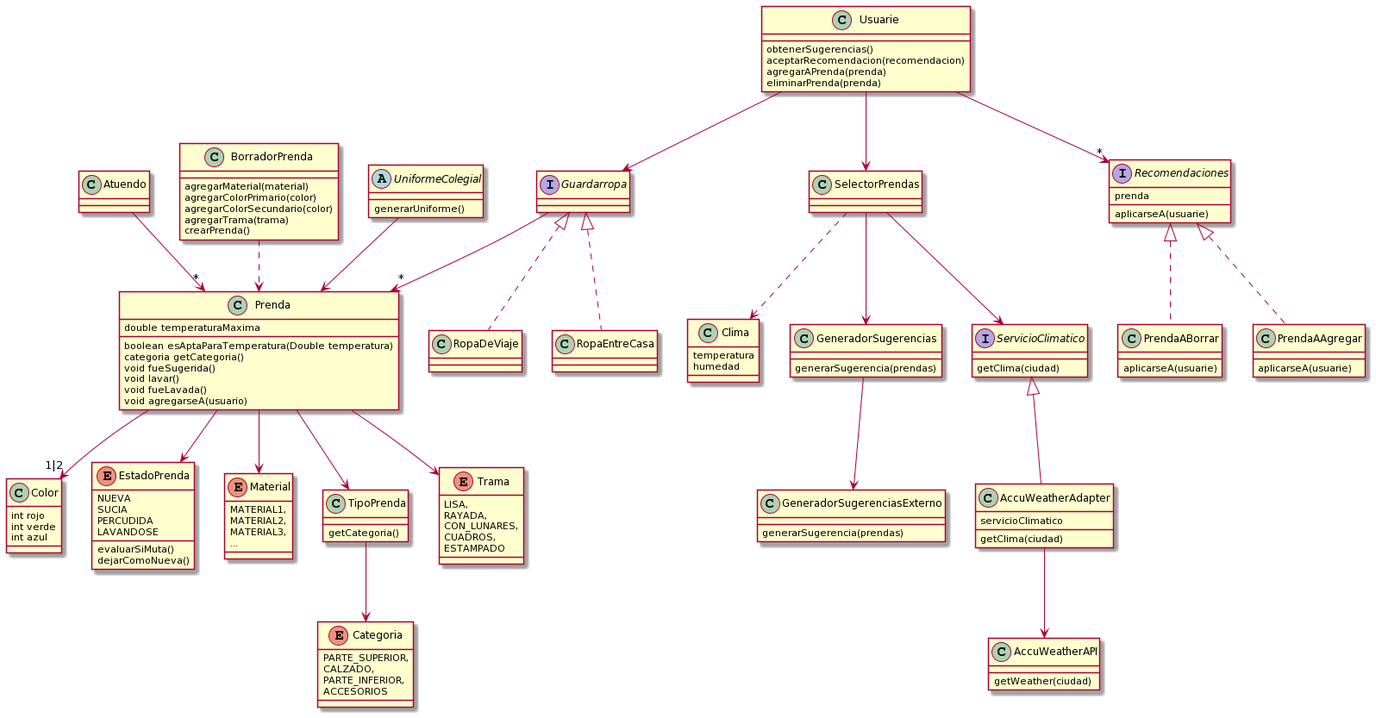
Earlier version of the PlantUML export uml-qmp.png (NPeykov/dds-qmp).
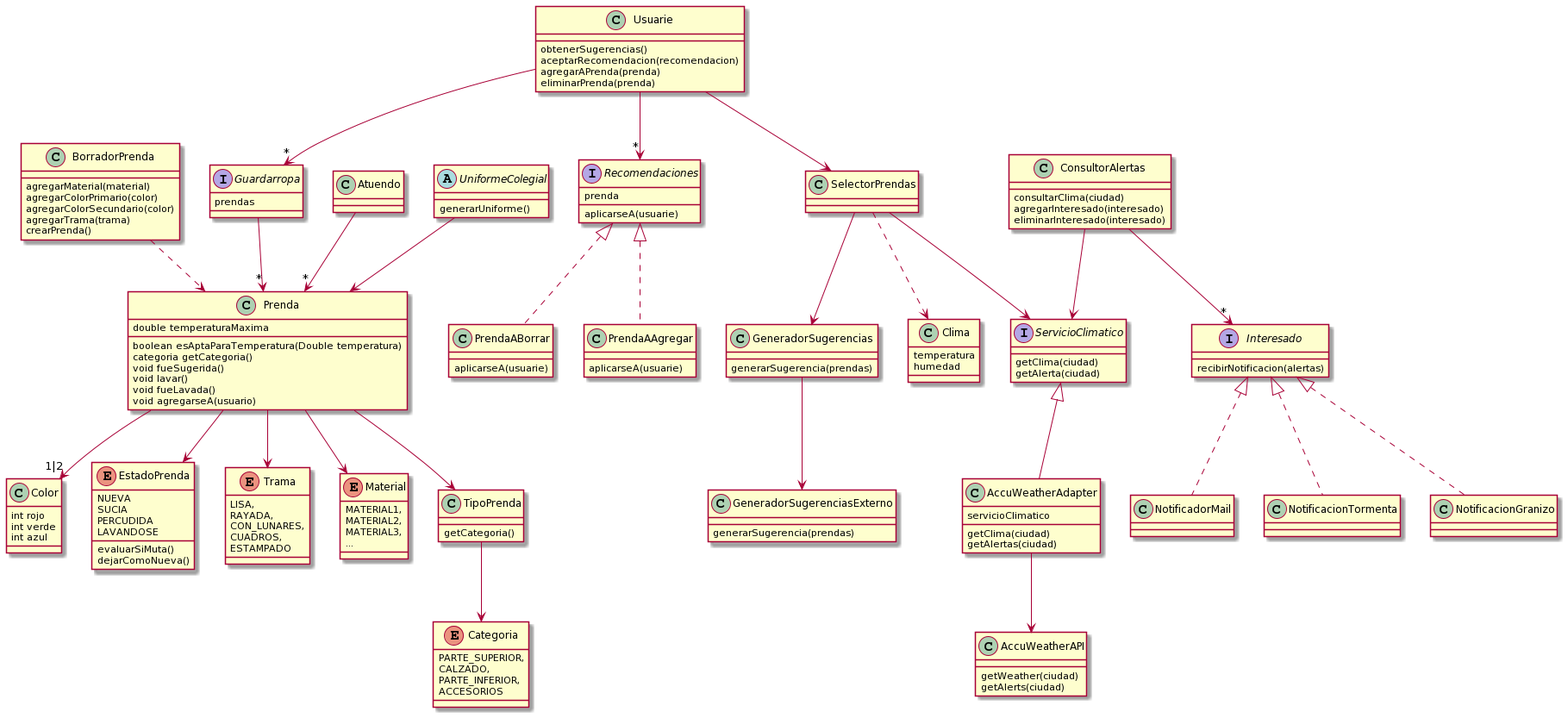
Above is the later version.

What changed in the source:
```diff
@@ -9,31 +9,7 @@
   void fueLavada()
   void agregarseA(usuario)
 }
-class AccuWeatherAdapter{
-  servicioClimatico
-  getClima(ciudad)
-}
-class AccuWeatherAPI{
-  getWeather(ciudad)
-}
-class Atuendo
-class BorradorPrenda{
-  agregarMaterial(material)
-  agregarColorPrimario(color)
-  agregarColorSecundario(color)
-  agregarTrama(trama)
-  crearPrenda()
-}
-enum Categoria{
-  PARTE_SUPERIOR,
-  CALZADO,
-  PARTE_INFERIOR,
-  ACCESORIOS
-}
-class Clima{
-  temperatura
-  humedad
-}
+
 class Color{
   int rojo
   int verde
@@ -48,19 +24,21 @@
   evaluarSiMuta()
   dejarComoNueva()
 }
-class GeneradorSugerencias{
-  generarSugerencia(prendas)
 
-}
-class GeneradorSugerenciasExterno{
-  generarSugerencia(prendas)
-}
-interface Guardarropa{
-
+enum Trama{
+  LISA,
+  RAYADA,
+  CON_LUNARES,
+  CUADROS,
+  ESTAMPADO
 }
 
-class RopaDeViaje{}
-class RopaEntreCasa{}
+enum Categoria{
+  PARTE_SUPERIOR,
+  CALZADO,
+  PARTE_INFERIOR,
+  ACCESORIOS
+}
 
 enum Material{
   MATERIAL1,
@@ -68,23 +46,24 @@
   MATERIAL3,
   ...
 }
-class SelectorPrendas
-interface ServicioClimatico{
-  getClima(ciudad)
-}
+
 class TipoPrenda{
   getCategoria()
 }
-enum Trama{
-  LISA,
-  RAYADA,
-  CON_LUNARES,
-  CUADROS,
-  ESTAMPADO
+
+class BorradorPrenda{
+  agregarMaterial(material)
+  agregarColorPrimario(color)
+  agregarColorSecundario(color)
+  agregarTrama(trama)
+  crearPrenda()
 }
-abstract UniformeColegial{
-  generarUniforme()
+
+interface Guardarropa{
+  prendas
 }
+
+class Atuendo
 
 class Usuarie{
 
@@ -94,6 +73,7 @@
   eliminarPrenda(prenda)
 
 }
+
 
 interface Recomendaciones{
   prenda
@@ -108,6 +88,59 @@
   aplicarseA(usuarie)
 }
 
+
+class GeneradorSugerencias{
+  generarSugerencia(prendas)
+
+}
+class GeneradorSugerenciasExterno{
+  generarSugerencia(prendas)
+}
+
+class SelectorPrendas
+
+
+abstract UniformeColegial{
+  generarUniforme()
+}
+
+
+class AccuWeatherAdapter{
+  servicioClimatico
+  getClima(ciudad)
+  getAlertas(ciudad)
+}
+class AccuWeatherAPI{
+  getWeather(ciudad)
+  getAlerts(ciudad)
+}
+
+class Clima{
+  temperatura
+  humedad
+}
+
+interface ServicioClimatico{
+  getClima(ciudad)
+  getAlerta(ciudad)
+}
+
+interface Interesado{
+  recibirNotificacion(alertas)
+}
+
+class ConsultorAlertas{
+  consultarClima(ciudad)
+  agregarInteresado(interesado)
+  eliminarInteresado(interesado)
+}
+
+ConsultorAlertas --> ServicioClimatico
+ConsultorAlertas --> "*" Interesado
+Interesado <|.. NotificadorMail
+Interesado <|.. NotificacionTormenta
+Interesado <|.. NotificacionGranizo
+
 Prenda --> TipoPrenda
 Prenda --> Material
 Prenda --> Trama
@@ -119,15 +152,13 @@
 AccuWeatherAdapter --> AccuWeatherAPI
 ServicioClimatico <|-- AccuWeatherAdapter
 Guardarropa -->"*" Prenda
-Usuarie --> Guardarropa
+Usuarie -->"*" Guardarropa
 Usuarie --> SelectorPrendas
 SelectorPrendas --> ServicioClimatico
 SelectorPrendas --> GeneradorSugerencias
 GeneradorSugerencias --> GeneradorSugerenciasExterno
 SelectorPrendas ..> Clima
 UniformeColegial --> Prenda
-Guardarropa <|.. RopaDeViaje
-Guardarropa <|.. RopaEntreCasa
 Usuarie -->"*" Recomendaciones
 Recomendaciones <|.. PrendaAAgregar
 Recomendaciones <|.. PrendaABorrar
```
